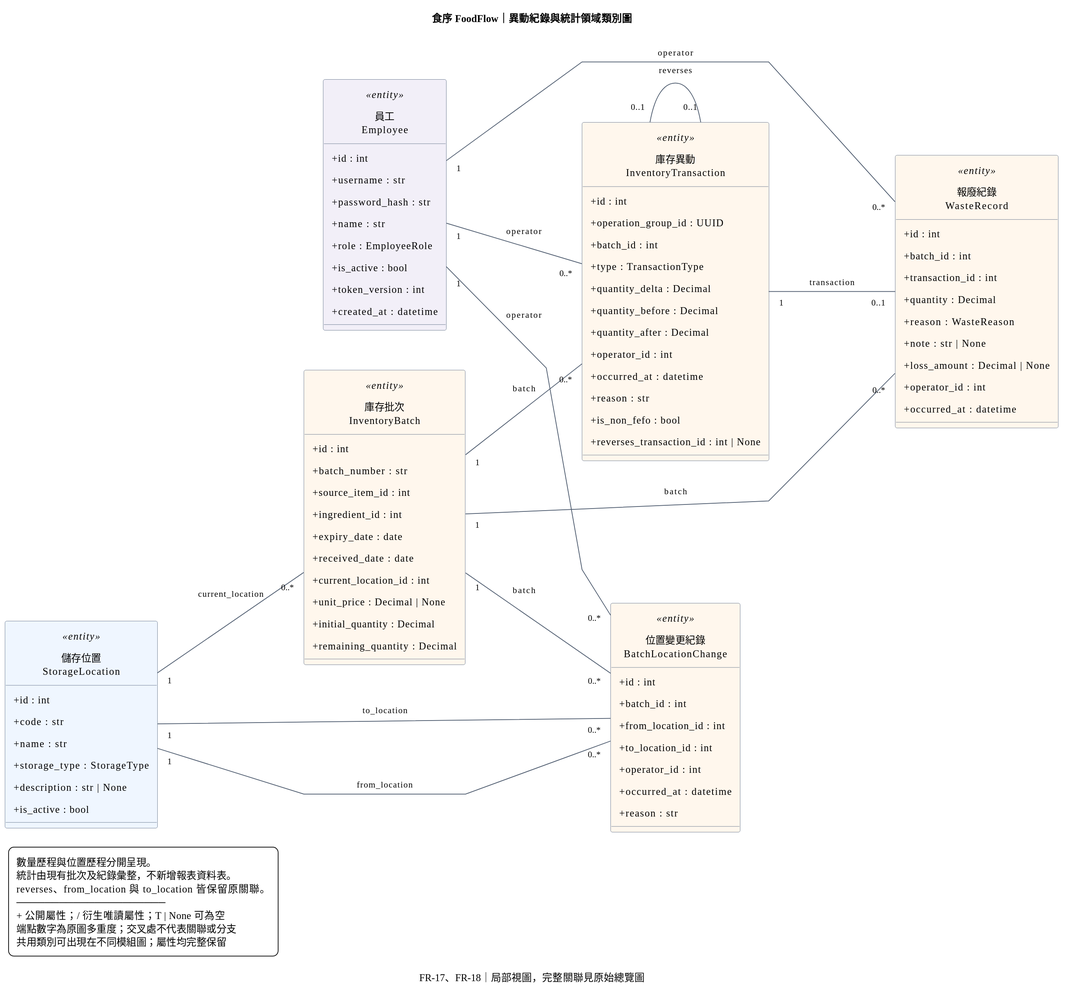
Earlier version of the PlantUML export docs/diagrams/domain-modules/b-class-08-history-reports.svg (Software-engineering-foodflow/foodflow). Its source is kept beside it as docs/diagrams/domain-modules/b-class-08-history-reports.puml. The source it was exported from:
```plantuml
@startuml b-class-08-history-reports
title 食序 FoodFlow｜異動紀錄與統計領域類別圖
caption FR-17、FR-18｜局部視圖，完整關聯見原始總覽圖
left to right direction
hide circle
skinparam linetype polyline
skinparam backgroundColor white
skinparam shadowing false
skinparam defaultFontName Microsoft JhengHei
skinparam defaultFontSize 14
skinparam classAttributeIconSize 0
skinparam classBorderColor #64748B
skinparam ArrowColor #475569
skinparam ArrowFontSize 12
skinparam nodesep 55
skinparam ranksep 100
skinparam padding 6
skinparam dpi 120

class "員工\nEmployee" as Employee <<entity>> #F2EFF8 {
  +id : int
  +username : str
  +password_hash : str
  +name : str
  +role : EmployeeRole
  +is_active : bool
  +token_version : int
  +created_at : datetime
}

class "儲存位置\nStorageLocation" as StorageLocation <<entity>> #EFF6FF {
  +id : int
  +code : str
  +name : str
  +storage_type : StorageType
  +description : str | None
  +is_active : bool
}

class "庫存批次\nInventoryBatch" as InventoryBatch <<entity>> #FFF7ED {
  +id : int
  +batch_number : str
  +source_item_id : int
  +ingredient_id : int
  +expiry_date : date
  +received_date : date
  +current_location_id : int
  +unit_price : Decimal | None
  +initial_quantity : Decimal
  +remaining_quantity : Decimal
}

class "庫存異動\nInventoryTransaction" as InventoryTransaction <<entity>> #FFF7ED {
  +id : int
  +operation_group_id : UUID
  +batch_id : int
  +type : TransactionType
  +quantity_delta : Decimal
  +quantity_before : Decimal
  +quantity_after : Decimal
  +operator_id : int
  +occurred_at : datetime
  +reason : str
  +is_non_fefo : bool
  +reverses_transaction_id : int | None
}

class "報廢紀錄\nWasteRecord" as WasteRecord <<entity>> #FFF7ED {
  +id : int
  +batch_id : int
  +transaction_id : int
  +quantity : Decimal
  +reason : WasteReason
  +note : str | None
  +loss_amount : Decimal | None
  +operator_id : int
  +occurred_at : datetime
}

class "位置變更紀錄\nBatchLocationChange" as BatchLocationChange <<entity>> #FFF7ED {
  +id : int
  +batch_id : int
  +from_location_id : int
  +to_location_id : int
  +operator_id : int
  +occurred_at : datetime
  +reason : str
}

Employee "1" -- "0..*" BatchLocationChange : operator
Employee "1" -- "0..*" InventoryTransaction : operator
Employee "1" -- "0..*" WasteRecord : operator
InventoryBatch "1" -- "0..*" BatchLocationChange : batch
InventoryBatch "1" -- "0..*" InventoryTransaction : batch
InventoryBatch "1" -- "0..*" WasteRecord : batch
InventoryTransaction "0..1" -- "0..1" InventoryTransaction : reverses
InventoryTransaction "1" -- "0..1" WasteRecord : transaction
StorageLocation "1" -- "0..*" BatchLocationChange : from_location
StorageLocation "1" -- "0..*" BatchLocationChange : to_location
StorageLocation "1" -- "0..*" InventoryBatch : current_location


legend bottom left
  數量歷程與位置歷程分開呈現。
  統計由現有批次及紀錄彙整，不新增報表資料表。
  reverses、from_location 與 to_location 皆保留原關聯。
  ─────────────────────
  + 公開屬性；/ 衍生唯讀屬性；T | None 可為空
  端點數字為原圖多重度；交叉處不代表關聯或分支
  共用類別可出現在不同模組圖；屬性均完整保留
endlegend
@enduml
```
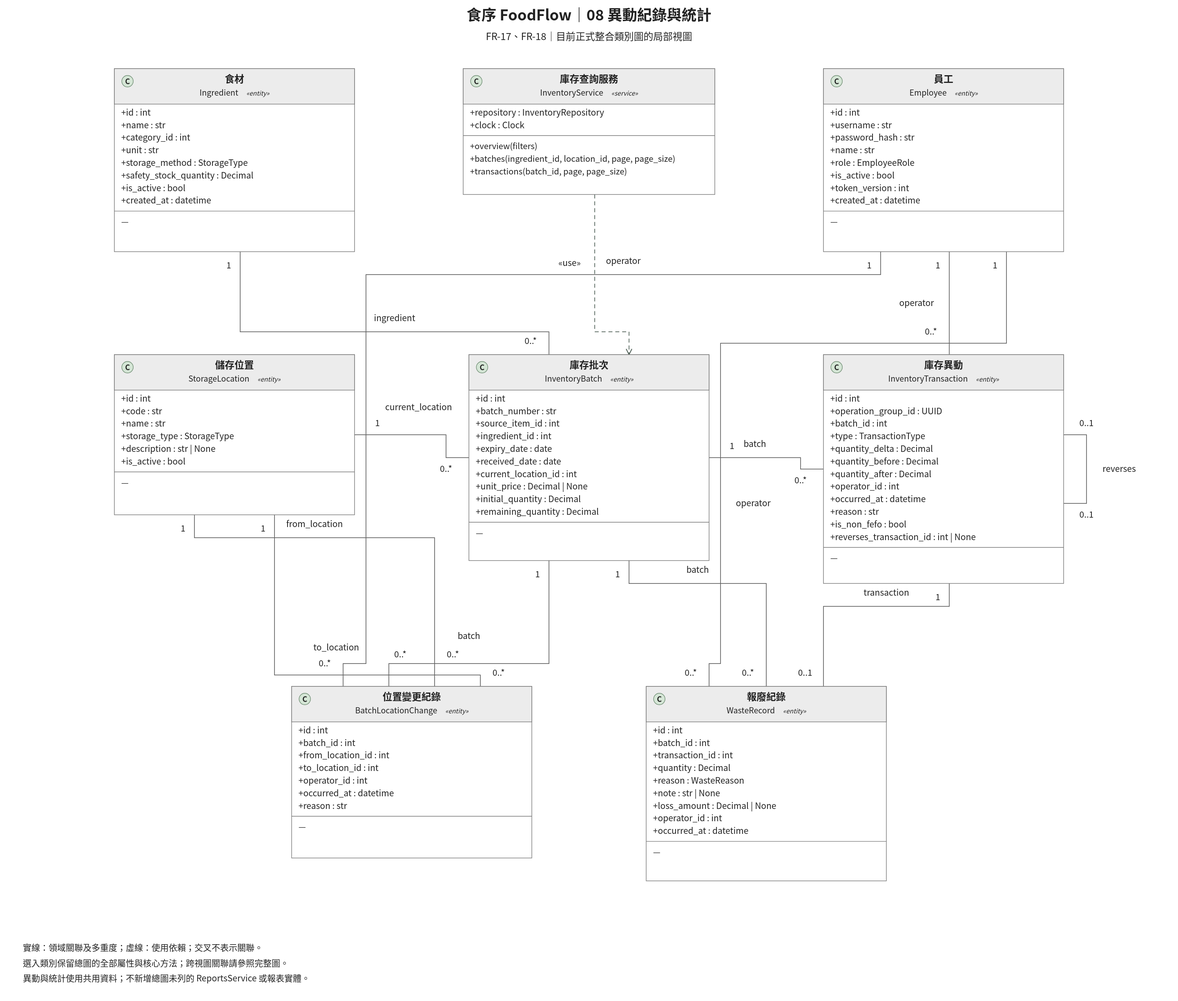
The same file after the commit.

The edit, as a diff of the source:
```diff
@@ -1,23 +1,41 @@
 @startuml b-class-08-history-reports
-title 食序 FoodFlow｜異動紀錄與統計領域類別圖
-caption FR-17、FR-18｜局部視圖，完整關聯見原始總覽圖
-left to right direction
-hide circle
-skinparam linetype polyline
+title 食序 FoodFlow｜異動紀錄與統計
+caption FR-17、FR-18｜目前正式整合類別圖的局部視圖
+top to bottom direction
 skinparam backgroundColor white
 skinparam shadowing false
 skinparam defaultFontName Microsoft JhengHei
-skinparam defaultFontSize 14
+skinparam defaultFontSize 15
 skinparam classAttributeIconSize 0
-skinparam classBorderColor #64748B
-skinparam ArrowColor #475569
-skinparam ArrowFontSize 12
-skinparam nodesep 55
-skinparam ranksep 100
-skinparam padding 6
-skinparam dpi 120
+skinparam classBackgroundColor white
+skinparam classHeaderBackgroundColor #ECECEC
+skinparam classBorderColor #777777
+skinparam linetype polyline
+skinparam dpi 192
+together {
+class "食材\nIngredient" as Ingredient <<entity>> {
+  +id : int
+  +name : str
+  +category_id : int
+  +unit : str
+  +storage_method : StorageType
+  +safety_stock_quantity : Decimal
+  +is_active : bool
+  +created_at : datetime
+  -- 方法 --
 
-class "員工\nEmployee" as Employee <<entity>> #F2EFF8 {
+}
+
+class "庫存查詢服務\nInventoryService" as InventoryService <<service>> {
+  +repository : InventoryRepository
+  +clock : Clock
+  -- 方法 --
+  +overview(filters)
+  +batches(ingredient_id, location_id, page, page_size)
+  +transactions(batch_id, page, page_size)
+}
+
+class "員工\nEmployee" as Employee <<entity>> {
   +id : int
   +username : str
   +password_hash : str
@@ -26,18 +44,25 @@
   +is_active : bool
   +token_version : int
   +created_at : datetime
+  -- 方法 --
+
 }
-
-class "儲存位置\nStorageLocation" as StorageLocation <<entity>> #EFF6FF {
+}
+Ingredient -[hidden]right-> InventoryService
+InventoryService -[hidden]right-> Employee
+together {
+class "儲存位置\nStorageLocation" as StorageLocation <<entity>> {
   +id : int
   +code : str
   +name : str
   +storage_type : StorageType
   +description : str | None
   +is_active : bool
+  -- 方法 --
+
 }
 
-class "庫存批次\nInventoryBatch" as InventoryBatch <<entity>> #FFF7ED {
+class "庫存批次\nInventoryBatch" as InventoryBatch <<entity>> {
   +id : int
   +batch_number : str
   +source_item_id : int
@@ -48,9 +73,11 @@
   +unit_price : Decimal | None
   +initial_quantity : Decimal
   +remaining_quantity : Decimal
+  -- 方法 --
+
 }
 
-class "庫存異動\nInventoryTransaction" as InventoryTransaction <<entity>> #FFF7ED {
+class "庫存異動\nInventoryTransaction" as InventoryTransaction <<entity>> {
   +id : int
   +operation_group_id : UUID
   +batch_id : int
@@ -63,9 +90,26 @@
   +reason : str
   +is_non_fefo : bool
   +reverses_transaction_id : int | None
+  -- 方法 --
+
+}
+}
+StorageLocation -[hidden]right-> InventoryBatch
+InventoryBatch -[hidden]right-> InventoryTransaction
+together {
+class "位置變更紀錄\nBatchLocationChange" as BatchLocationChange <<entity>> {
+  +id : int
+  +batch_id : int
+  +from_location_id : int
+  +to_location_id : int
+  +operator_id : int
+  +occurred_at : datetime
+  +reason : str
+  -- 方法 --
+
 }
 
-class "報廢紀錄\nWasteRecord" as WasteRecord <<entity>> #FFF7ED {
+class "報廢紀錄\nWasteRecord" as WasteRecord <<entity>> {
   +id : int
   +batch_id : int
   +transaction_id : int
@@ -75,21 +119,17 @@
   +loss_amount : Decimal | None
   +operator_id : int
   +occurred_at : datetime
+  -- 方法 --
+
 }
-
-class "位置變更紀錄\nBatchLocationChange" as BatchLocationChange <<entity>> #FFF7ED {
-  +id : int
-  +batch_id : int
-  +from_location_id : int
-  +to_location_id : int
-  +operator_id : int
-  +occurred_at : datetime
-  +reason : str
 }
-
+BatchLocationChange -[hidden]right-> WasteRecord
+Ingredient -[hidden]down-> StorageLocation
+StorageLocation -[hidden]down-> BatchLocationChange
 Employee "1" -- "0..*" BatchLocationChange : operator
 Employee "1" -- "0..*" InventoryTransaction : operator
 Employee "1" -- "0..*" WasteRecord : operator
+Ingredient "1" -- "0..*" InventoryBatch : ingredient
 InventoryBatch "1" -- "0..*" BatchLocationChange : batch
 InventoryBatch "1" -- "0..*" InventoryTransaction : batch
 InventoryBatch "1" -- "0..*" WasteRecord : batch
@@ -98,15 +138,11 @@
 StorageLocation "1" -- "0..*" BatchLocationChange : from_location
 StorageLocation "1" -- "0..*" BatchLocationChange : to_location
 StorageLocation "1" -- "0..*" InventoryBatch : current_location
-
-
+InventoryService ..> InventoryBatch : «use»
 legend bottom left
-  數量歷程與位置歷程分開呈現。
-  統計由現有批次及紀錄彙整，不新增報表資料表。
-  reverses、from_location 與 to_location 皆保留原關聯。
-  ─────────────────────
-  + 公開屬性；/ 衍生唯讀屬性；T | None 可為空
-  端點數字為原圖多重度；交叉處不代表關聯或分支
-  共用類別可出現在不同模組圖；屬性均完整保留
+  實線為領域關聯；虛線為使用依賴。類別成員與多重度直接沿用完整圖。
+  僅顯示兩端都在本視圖內的關聯；完整關聯請參照 b-class-diagram。
+  PNG／SVG 與 draw.io 使用固定排版，PlantUML 自動排版可能不同。
+  異動與統計使用共用資料；不新增總圖未列的 ReportsService 或報表實體。
 endlegend
 @enduml
```
